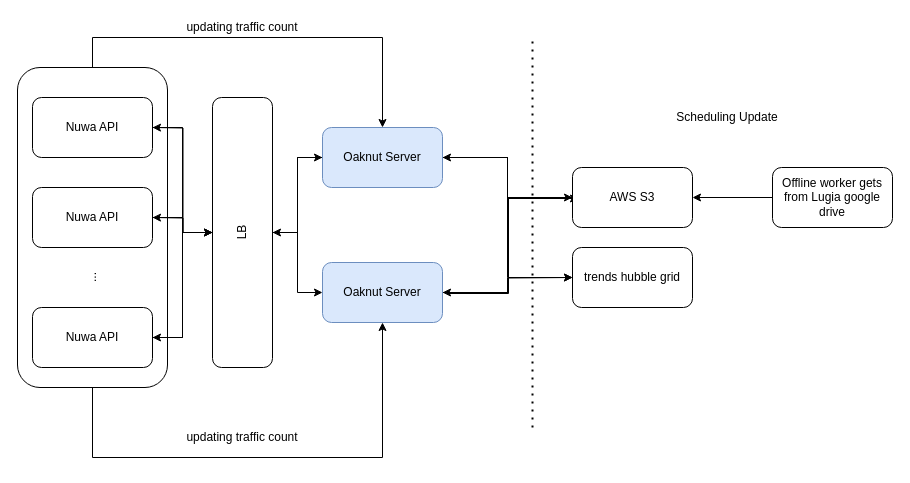
This is drawios/Oaknut design.drawio from whmou/component-archs, a draw.io file, before an edit. Source tidied: cells renumbered, new cells numbered last; positions are measured from the earlier drawing's top-left corner, leaving out a move shared by most shapes. Both pictures are drawn from the tidied source at 100%, with x=0, y=0 at pixel (17, 17).
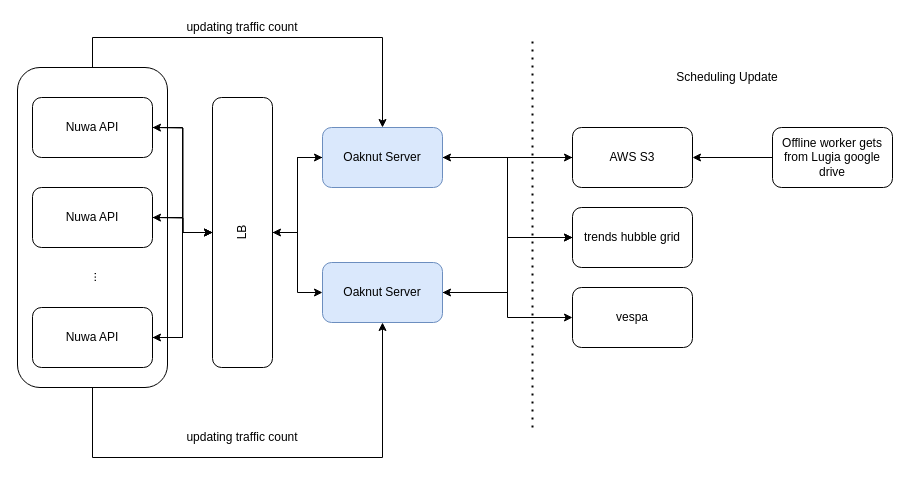
Above is the later version.

The change refers to these unchanged cells:
```xml
<mxCell id="24" value="Oaknut&amp;nbsp;Server" style="rounded=1;whiteSpace=wrap;html=1;fillColor=#dae8fc;strokeColor=#6c8ebf;" parent="1" vertex="1">
  <mxGeometry x="305" y="245" width="120" height="60" as="geometry" />
</mxCell>
```

Change to the diagram source:
```diff
@@
-    <mxCell id="22" style="edgeStyle=orthogonalEdgeStyle;rounded=0;orthogonalLoop=1;jettySize=auto;html=1;exitX=1;exitY=0.5;exitDx=0;exitDy=0;entryX=0;entryY=0.5;entryDx=0;entryDy=0;" parent="1" edge="1">
-      <mxGeometry relative="1" as="geometry">
-        <mxPoint x="431" y="276" as="sourcePoint" />
-        <mxPoint x="561" y="181" as="targetPoint" />
-        <Array as="points">
-          <mxPoint x="491" y="276" />
-          <mxPoint x="491" y="181" />
-        </Array>
-      </mxGeometry>
-    </mxCell>
-    <mxCell id="23" style="edgeStyle=orthogonalEdgeStyle;rounded=0;jettySize=auto;html=1;exitX=1;exitY=0.5;exitDx=0;exitDy=0;" parent="1" edge="1" source="24">
-      <mxGeometry relative="1" as="geometry">
-        <mxPoint x="555" y="260" as="targetPoint" />
-      </mxGeometry>
-    </mxCell>
+    <mxCell id="35" style="edgeStyle=orthogonalEdgeStyle;rounded=0;jettySize=auto;html=1;entryX=0;entryY=0.5;entryDx=0;entryDy=0;" parent="1" edge="1" source="24" target="38">
+      <mxGeometry relative="1" as="geometry" />
+    </mxCell>
+    <mxCell id="36" style="edgeStyle=orthogonalEdgeStyle;rounded=0;jettySize=auto;html=1;entryX=0;entryY=0.5;entryDx=0;entryDy=0;" parent="1" edge="1" source="24" target="28">
+      <mxGeometry relative="1" as="geometry" />
+    </mxCell>
@@
-    <mxCell id="26" style="edgeStyle=orthogonalEdgeStyle;rounded=0;jettySize=auto;html=1;entryX=1;entryY=0.5;entryDx=0;entryDy=0;" parent="1" edge="1" source="27" target="24">
-      <mxGeometry relative="1" as="geometry">
-        <Array as="points">
-          <mxPoint x="491" y="180" />
-          <mxPoint x="491" y="275" />
-        </Array>
-      </mxGeometry>
-    </mxCell>
     <mxCell id="27" value="AWS S3" style="rounded=1;whiteSpace=wrap;html=1;" parent="1" vertex="1">
-      <mxGeometry x="555" y="150" width="120" height="60" as="geometry" />
+      <mxGeometry x="555" y="110" width="120" height="60" as="geometry" />
     </mxCell>
+    <mxCell id="37" style="edgeStyle=orthogonalEdgeStyle;rounded=0;jettySize=auto;html=1;entryX=1;entryY=0.5;entryDx=0;entryDy=0;" parent="1" edge="1" source="28" target="24">
+      <mxGeometry relative="1" as="geometry" />
+    </mxCell>
     <mxCell id="28" value="trends hubble grid" style="rounded=1;whiteSpace=wrap;html=1;" parent="1" vertex="1">
-      <mxGeometry x="555" y="230" width="120" height="60" as="geometry" />
+      <mxGeometry x="555" y="190" width="120" height="60" as="geometry" />
     </mxCell>
@@
     <mxCell id="32" value="Offline worker gets from Lugia google drive" style="whiteSpace=wrap;html=1;rounded=1;" parent="1" vertex="1">
-      <mxGeometry x="755" y="150" width="120" height="60" as="geometry" />
+      <mxGeometry x="755" y="110" width="120" height="60" as="geometry" />
     </mxCell>
@@
     <mxCell id="34" value="Scheduling Update" style="text;html=1;strokeColor=none;fillColor=none;align=center;verticalAlign=middle;whiteSpace=wrap;rounded=0;" parent="1" vertex="1">
-      <mxGeometry x="655" y="90" width="110" height="20" as="geometry" />
+      <mxGeometry x="655" y="50" width="110" height="20" as="geometry" />
     </mxCell>
+    <mxCell id="38" value="vespa" style="rounded=1;whiteSpace=wrap;html=1;" parent="1" vertex="1">
+      <mxGeometry x="555" y="270" width="120" height="60" as="geometry" />
+    </mxCell>
```
